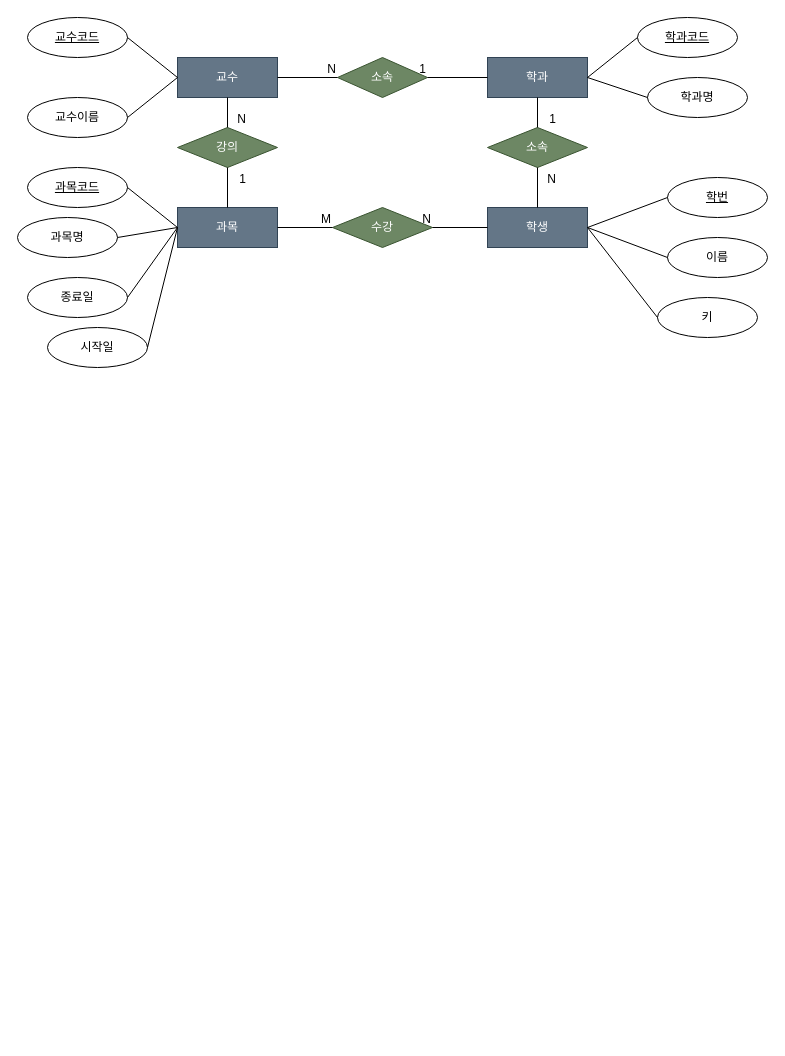
Earlier version of the draw.io diagram 제목 없는 다이어그램.drawio (lee-j-j/LJJ). Source tidied: cells renumbered, new cells numbered last; positions are measured from the earlier drawing's top-left corner, leaving out a move shared by most shapes. Both pictures are drawn from the tidied source at 100%, with x=0, y=0 at pixel (17, 17).
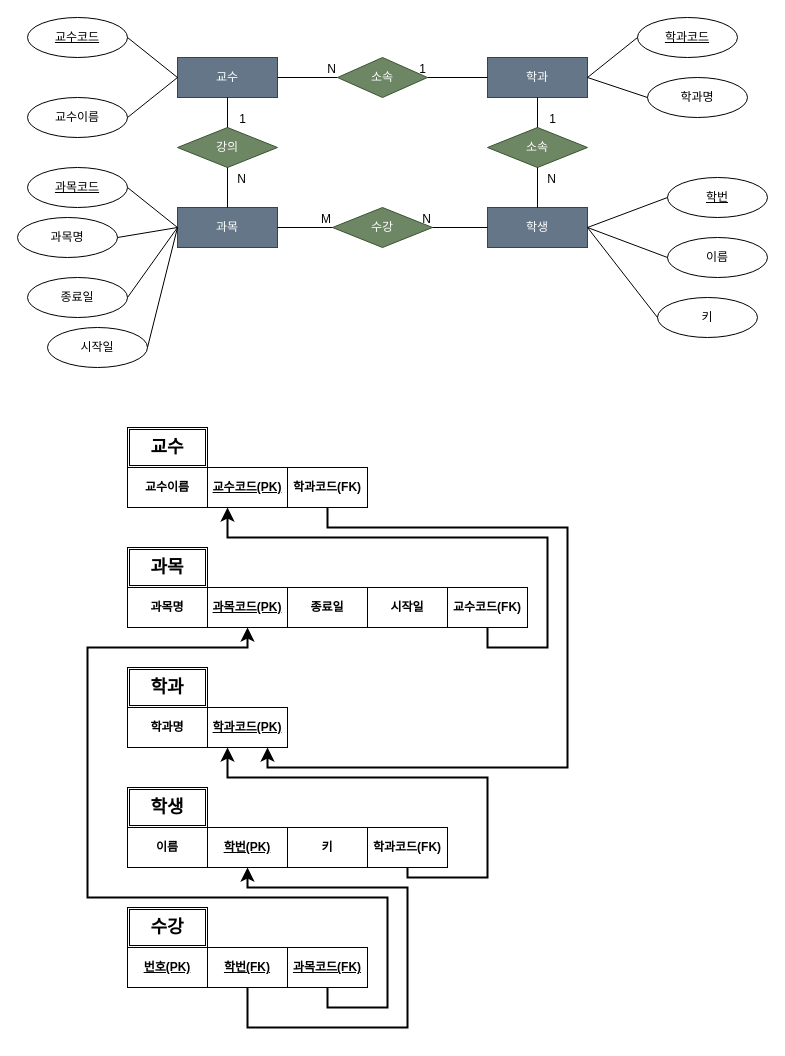
Above is the later version.

Commit message (it also covers changes not shown here):
학사관리.drawio 업데이트

The change refers to these unchanged cells:
```xml
<mxCell id="32" style="endArrow=none;html=1;rounded=0;entryX=0.5;entryY=1;entryDx=0;entryDy=0;exitX=0.5;exitY=0;exitDx=0;exitDy=0;" parent="1" edge="1" source="5" target="7">
  <mxGeometry relative="1" as="geometry" />
</mxCell>
<mxCell id="34" style="endArrow=none;html=1;rounded=0;exitX=0.5;exitY=1;exitDx=0;exitDy=0;entryX=0.5;entryY=0;entryDx=0;entryDy=0;" parent="1" edge="1" source="2" target="7">
  <mxGeometry relative="1" as="geometry" />
</mxCell>
```

Diff of the diagram source:
```diff
@@
-    <mxCell id="33" value="1" style="html=1;whiteSpace=wrap;align=right;verticalAlign=bottom;" parent="32" vertex="1">
+    <mxCell id="33" value="N" style="html=1;whiteSpace=wrap;align=right;verticalAlign=bottom;" parent="32" vertex="1">
       <mxGeometry x="1" relative="1" as="geometry">
         <mxPoint x="20" y="20" as="offset" />
       </mxGeometry>
     </mxCell>
@@
-    <mxCell id="35" value="N" style="html=1;whiteSpace=wrap;align=right;verticalAlign=bottom;" parent="34" vertex="1">
+    <mxCell id="35" value="1" style="html=1;whiteSpace=wrap;align=right;verticalAlign=bottom;" parent="34" vertex="1">
       <mxGeometry x="1" relative="1" as="geometry">
         <mxPoint x="20" as="offset" />
       </mxGeometry>
     </mxCell>
@@
+    <mxCell id="48" value="교수이름" style="rounded=0;whiteSpace=wrap;html=1;fontStyle=1;" parent="1" vertex="1">
+      <mxGeometry x="110" y="450" width="80" height="40" as="geometry" />
+    </mxCell>
+    <mxCell id="49" value="&lt;u&gt;&lt;b&gt;교수코드(PK)&lt;/b&gt;&lt;/u&gt;" style="rounded=0;whiteSpace=wrap;html=1;" parent="1" vertex="1">
+      <mxGeometry x="190" y="450" width="80" height="40" as="geometry" />
+    </mxCell>
+    <mxCell id="50" value="과목명" style="rounded=0;whiteSpace=wrap;html=1;fontStyle=1;" parent="1" vertex="1">
+      <mxGeometry x="110" y="570" width="80" height="40" as="geometry" />
+    </mxCell>
+    <mxCell id="51" value="과목코드(PK)" style="rounded=0;whiteSpace=wrap;html=1;fontStyle=5;" parent="1" vertex="1">
+      <mxGeometry x="190" y="570" width="80" height="40" as="geometry" />
+    </mxCell>
+    <mxCell id="52" value="종료일" style="rounded=0;whiteSpace=wrap;html=1;fontStyle=1;" parent="1" vertex="1">
+      <mxGeometry x="270" y="570" width="80" height="40" as="geometry" />
+    </mxCell>
+    <mxCell id="53" value="시작일" style="rounded=0;whiteSpace=wrap;html=1;fontStyle=1;" parent="1" vertex="1">
+      <mxGeometry x="350" y="570" width="80" height="40" as="geometry" />
+    </mxCell>
+    <mxCell id="54" value="학과명" style="rounded=0;whiteSpace=wrap;html=1;fontStyle=1;" parent="1" vertex="1">
+      <mxGeometry x="110" y="690" width="80" height="40" as="geometry" />
+    </mxCell>
+    <mxCell id="55" value="학과코드(PK)" style="rounded=0;whiteSpace=wrap;html=1;fontStyle=5;" parent="1" vertex="1">
+      <mxGeometry x="190" y="690" width="80" height="40" as="geometry" />
+    </mxCell>
+    <mxCell id="56" value="이름" style="rounded=0;whiteSpace=wrap;html=1;fontStyle=1;" parent="1" vertex="1">
+      <mxGeometry x="110" y="810" width="80" height="40" as="geometry" />
+    </mxCell>
+    <mxCell id="57" value="학번(PK)" style="rounded=0;whiteSpace=wrap;html=1;fontStyle=5;" parent="1" vertex="1">
+      <mxGeometry x="190" y="810" width="80" height="40" as="geometry" />
+    </mxCell>
+    <mxCell id="58" value="키" style="rounded=0;whiteSpace=wrap;html=1;fontStyle=1;" parent="1" vertex="1">
+      <mxGeometry x="270" y="810" width="80" height="40" as="geometry" />
+    </mxCell>
+    <mxCell id="59" value="학과코드(FK)" style="rounded=0;whiteSpace=wrap;html=1;fontStyle=1;" parent="1" vertex="1">
+      <mxGeometry x="350" y="810" width="80" height="40" as="geometry" />
+    </mxCell>
+    <mxCell id="60" value="학과코드(FK)" style="rounded=0;whiteSpace=wrap;html=1;fontStyle=1;" parent="1" vertex="1">
+      <mxGeometry x="270" y="450" width="80" height="40" as="geometry" />
+    </mxCell>
+    <mxCell id="61" style="edgeStyle=segmentEdgeStyle;endArrow=classic;html=1;curved=0;rounded=0;endSize=8;startSize=8;exitX=0.5;exitY=1;exitDx=0;exitDy=0;strokeWidth=2;entryX=0.75;entryY=1;entryDx=0;entryDy=0;" parent="1" edge="1" source="60" target="55">
+      <mxGeometry relative="1" as="geometry">
+        <Array as="points">
+          <mxPoint x="310" y="510" />
+          <mxPoint x="550" y="510" />
+          <mxPoint x="550" y="750" />
+          <mxPoint x="250" y="750" />
+        </Array>
+      </mxGeometry>
+    </mxCell>
+    <mxCell id="62" style="edgeStyle=segmentEdgeStyle;endArrow=classic;html=1;curved=0;rounded=0;endSize=8;startSize=8;exitX=0.5;exitY=1;exitDx=0;exitDy=0;strokeWidth=2;" parent="1" edge="1" source="59">
+      <mxGeometry relative="1" as="geometry">
+        <mxPoint x="210" y="730" as="targetPoint" />
+        <Array as="points">
+          <mxPoint x="390" y="860" />
+          <mxPoint x="470" y="860" />
+          <mxPoint x="470" y="760" />
+          <mxPoint x="210" y="760" />
+        </Array>
+      </mxGeometry>
+    </mxCell>
+    <mxCell id="63" value="교수" style="shape=ext;double=1;rounded=0;whiteSpace=wrap;html=1;fontStyle=1;fontSize=18;" parent="1" vertex="1">
+      <mxGeometry x="110" y="410" width="80" height="40" as="geometry" />
+    </mxCell>
+    <mxCell id="64" value="과목" style="shape=ext;double=1;rounded=0;whiteSpace=wrap;html=1;fontSize=18;fontStyle=1;" parent="1" vertex="1">
+      <mxGeometry x="110" y="530" width="80" height="40" as="geometry" />
+    </mxCell>
+    <mxCell id="65" value="학과" style="shape=ext;double=1;rounded=0;whiteSpace=wrap;html=1;fontSize=18;fontStyle=1;" parent="1" vertex="1">
+      <mxGeometry x="110" y="650" width="80" height="40" as="geometry" />
+    </mxCell>
+    <mxCell id="66" value="학생" style="shape=ext;double=1;rounded=0;whiteSpace=wrap;html=1;fontSize=18;fontStyle=1;" parent="1" vertex="1">
+      <mxGeometry x="110" y="770" width="80" height="40" as="geometry" />
+    </mxCell>
+    <mxCell id="67" value="수강" style="shape=ext;double=1;rounded=0;whiteSpace=wrap;html=1;fontSize=18;fontStyle=1;" parent="1" vertex="1">
+      <mxGeometry x="110" y="890" width="80" height="40" as="geometry" />
+    </mxCell>
+    <mxCell id="68" value="학번(FK)" style="rounded=0;whiteSpace=wrap;html=1;fontStyle=5;" parent="1" vertex="1">
+      <mxGeometry x="190" y="930" width="80" height="40" as="geometry" />
+    </mxCell>
+    <mxCell id="69" value="번호(PK)" style="rounded=0;whiteSpace=wrap;html=1;fontStyle=5;" parent="1" vertex="1">
+      <mxGeometry x="110" y="930" width="80" height="40" as="geometry" />
+    </mxCell>
+    <mxCell id="70" value="과목코드(FK)" style="rounded=0;whiteSpace=wrap;html=1;fontStyle=5;" parent="1" vertex="1">
+      <mxGeometry x="270" y="930" width="80" height="40" as="geometry" />
+    </mxCell>
+    <mxCell id="71" value="&lt;span&gt;&lt;b&gt;교수코드(FK)&lt;/b&gt;&lt;/span&gt;" style="rounded=0;whiteSpace=wrap;html=1;fontStyle=0;" parent="1" vertex="1">
+      <mxGeometry x="430" y="570" width="80" height="40" as="geometry" />
+    </mxCell>
+    <mxCell id="72" style="edgeStyle=segmentEdgeStyle;endArrow=classic;html=1;curved=0;rounded=0;endSize=8;startSize=8;exitX=0.5;exitY=1;exitDx=0;exitDy=0;entryX=0.25;entryY=1;entryDx=0;entryDy=0;strokeWidth=2;" parent="1" edge="1" source="71" target="49">
+      <mxGeometry relative="1" as="geometry">
+        <Array as="points">
+          <mxPoint x="470" y="630" />
+          <mxPoint x="530" y="630" />
+          <mxPoint x="530" y="520" />
+          <mxPoint x="210" y="520" />
+        </Array>
+      </mxGeometry>
+    </mxCell>
+    <mxCell id="73" style="edgeStyle=segmentEdgeStyle;endArrow=classic;html=1;curved=0;rounded=0;endSize=8;startSize=8;exitX=0.5;exitY=1;exitDx=0;exitDy=0;entryX=0.5;entryY=1;entryDx=0;entryDy=0;strokeWidth=2;" parent="1" edge="1" source="70" target="51">
+      <mxGeometry relative="1" as="geometry">
+        <Array as="points">
+          <mxPoint x="310" y="990" />
+          <mxPoint x="370" y="990" />
+          <mxPoint x="370" y="880" />
+          <mxPoint x="70" y="880" />
+          <mxPoint x="70" y="630" />
+          <mxPoint x="230" y="630" />
+        </Array>
+      </mxGeometry>
+    </mxCell>
+    <mxCell id="74" style="edgeStyle=segmentEdgeStyle;endArrow=classic;html=1;curved=0;rounded=0;endSize=8;startSize=8;exitX=0.5;exitY=1;exitDx=0;exitDy=0;entryX=0.5;entryY=1;entryDx=0;entryDy=0;strokeWidth=2;" parent="1" edge="1" source="68" target="57">
+      <mxGeometry relative="1" as="geometry">
+        <Array as="points">
+          <mxPoint x="230" y="1010" />
+          <mxPoint x="390" y="1010" />
+          <mxPoint x="390" y="870" />
+          <mxPoint x="230" y="870" />
+        </Array>
+      </mxGeometry>
+    </mxCell>
```
